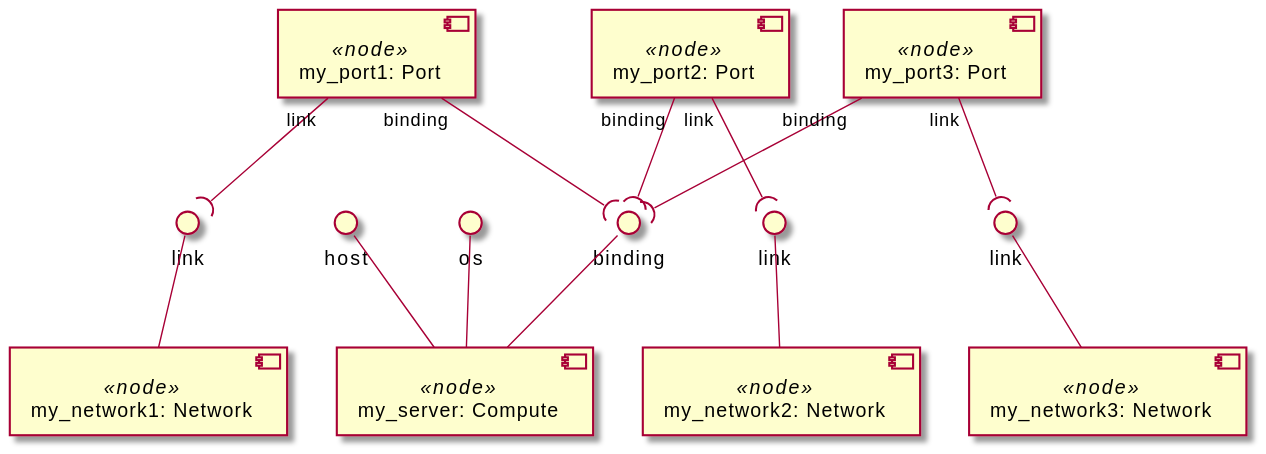
Above: examples/ariatosca/diagrams/uml2/network-4-1.0-uml2-component-diagram1.svg in Orange-OpenSource/Cloudnet-TOSCA-toolbox (PlantUML), before the change.
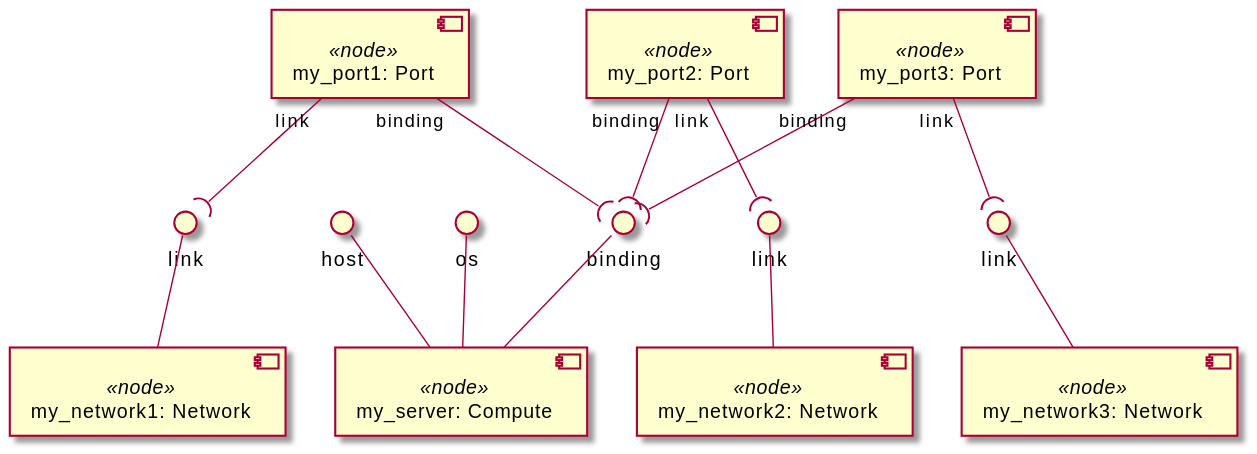
The same diagram one commit later.

Diff of the diagram source:
```diff
@@ -2,12 +2,12 @@
 skinparam componentStyle uml2
 
 component "my_server: Compute" <<node>> as node_my_server
+interface "binding" as node_my_server_binding
+node_my_server_binding -- node_my_server
+interface "host" as node_my_server_host
+node_my_server_host -- node_my_server
 interface "os" as node_my_server_os
 node_my_server_os -- node_my_server
-interface "host" as node_my_server_host
-node_my_server_host -- node_my_server
-interface "binding" as node_my_server_binding
-node_my_server_binding -- node_my_server
 
 component "my_network1: Network" <<node>> as node_my_network1
 interface "link" as node_my_network1_link
```
